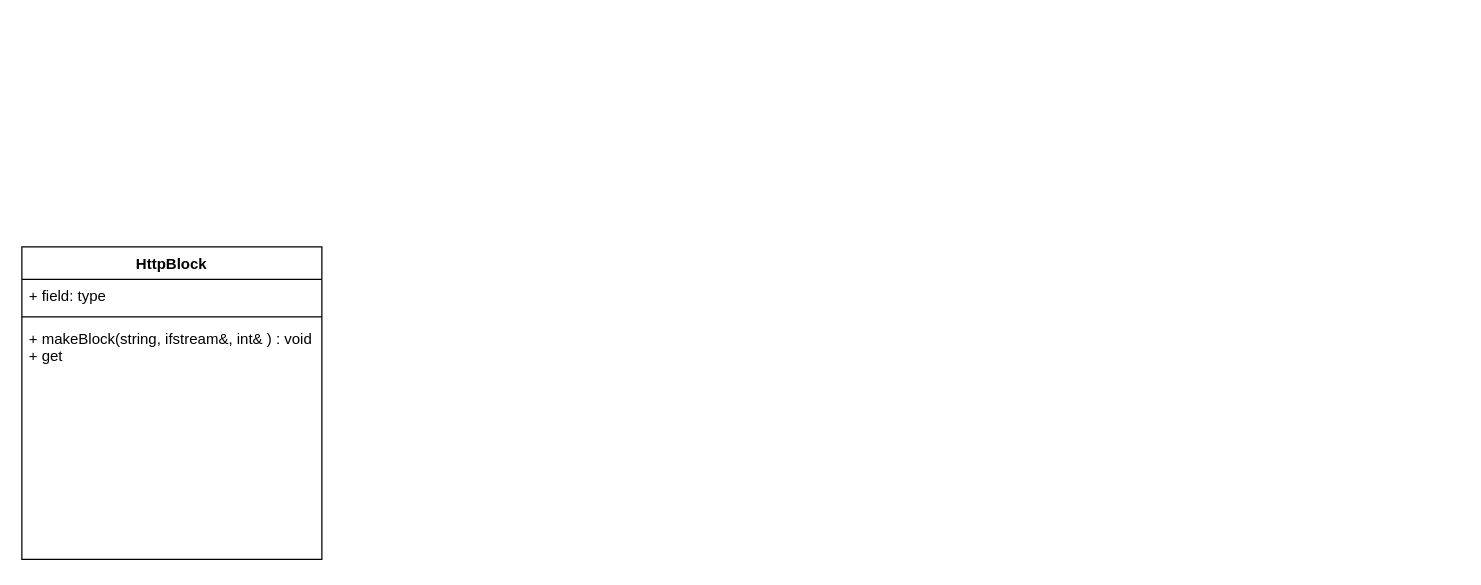
Earlier version of the draw.io diagram webserv.drawio (Hawardshin/Webserve). Source tidied: cells renumbered, new cells numbered last; positions are measured from the earlier drawing's top-left corner, leaving out a move shared by most shapes. Both pictures are drawn from the tidied source at 125%, with x=0, y=0 at pixel (21, 246).
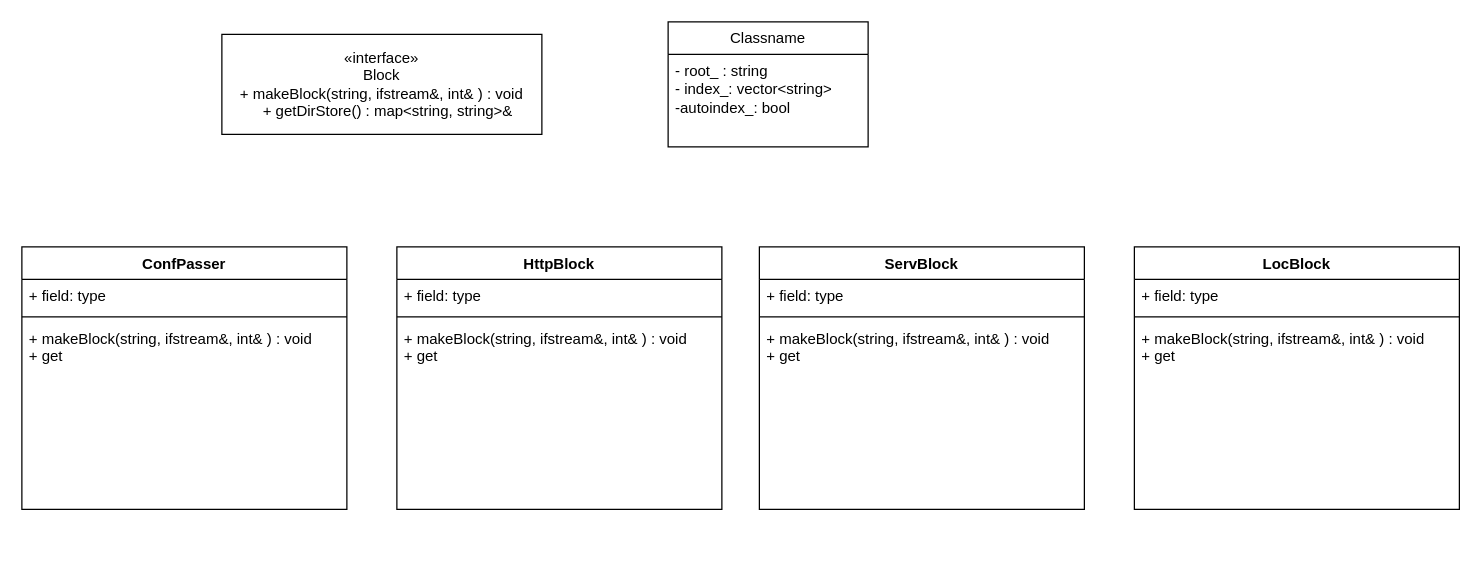
After the change.

Diff of the diagram source:
```diff
@@
-    <mxCell id="2" value="HttpBlock" style="swimlane;fontStyle=1;align=center;verticalAlign=top;horizontal=1;startSize=26;whiteSpace=wrap;html=1;" parent="1" vertex="1">
-      <mxGeometry width="240" height="250" as="geometry" />
+    <mxCell id="2" value="ConfPasser" style="swimlane;fontStyle=1;align=center;verticalAlign=top;horizontal=1;startSize=26;whiteSpace=wrap;html=1;" parent="1" vertex="1">
+      <mxGeometry width="260" height="210" as="geometry" />
     </mxCell>
     <mxCell id="3" value="+ field: type" style="text;strokeColor=none;fillColor=none;align=left;verticalAlign=top;spacingLeft=4;spacingRight=4;overflow=hidden;whiteSpace=wrap;html=1;" parent="2" vertex="1">
-      <mxGeometry y="26" width="240" height="26" as="geometry" />
+      <mxGeometry y="26" width="260" height="26" as="geometry" />
     </mxCell>
     <mxCell id="4" style="line;strokeWidth=1;fillColor=none;align=left;verticalAlign=middle;spacingTop=-1;spacingLeft=3;spacingRight=3;labelPosition=right;strokeColor=inherit;" parent="2" vertex="1">
-      <mxGeometry y="52" width="240" height="8" as="geometry" />
+      <mxGeometry y="52" width="260" height="8" as="geometry" />
     </mxCell>
     <mxCell id="5" value="+ makeBlock(string, ifstream&amp;amp;, int&amp;amp; ) :&amp;nbsp;&lt;span style=&quot;font-size: 12px;&quot;&gt;&lt;/span&gt;void&lt;br&gt;+ get" style="text;strokeColor=none;fillColor=none;align=left;verticalAlign=top;spacingLeft=4;spacingRight=4;overflow=hidden;whiteSpace=wrap;html=1;" parent="2" vertex="1">
-      <mxGeometry y="60" width="240" height="190" as="geometry" />
+      <mxGeometry y="60" width="260" height="150" as="geometry" />
     </mxCell>
+    <mxCell id="6" value="«interface»&lt;br&gt;Block&lt;br&gt;+ makeBlock(string, ifstream&amp;amp;, int&amp;amp; ) :&amp;nbsp;&lt;span style=&quot;border-color: var(--darkreader-border--border-color); text-align: left; --darkreader-inline-border: var(--darkreader-border--darkreader-border--border-color);&quot;&gt;&lt;/span&gt;&lt;span style=&quot;text-align: left;&quot;&gt;void&lt;/span&gt;&lt;br&gt;&lt;div style=&quot;&quot;&gt;&amp;nbsp; &amp;nbsp;+ getDirStore() :&amp;nbsp;&lt;span style=&quot;background-color: initial; color: rgb(0, 0, 0); --darkreader-inline-bgcolor: initial; --darkreader-inline-color: #e8e6e3;&quot;&gt;map&amp;lt;string, string&amp;gt;&amp;amp;&lt;/span&gt;&lt;/div&gt;" style="html=1;whiteSpace=wrap;" parent="1" vertex="1">
+      <mxGeometry x="160" y="-170" width="256" height="80" as="geometry" />
+    </mxCell>
+    <mxCell id="7" value="HttpBlock" style="swimlane;fontStyle=1;align=center;verticalAlign=top;horizontal=1;startSize=26;whiteSpace=wrap;html=1;" parent="1" vertex="1">
+      <mxGeometry x="300" width="260" height="210" as="geometry" />
+    </mxCell>
+    <mxCell id="8" value="+ field: type" style="text;strokeColor=none;fillColor=none;align=left;verticalAlign=top;spacingLeft=4;spacingRight=4;overflow=hidden;whiteSpace=wrap;html=1;" parent="7" vertex="1">
+      <mxGeometry y="26" width="260" height="26" as="geometry" />
+    </mxCell>
+    <mxCell id="9" style="line;strokeWidth=1;fillColor=none;align=left;verticalAlign=middle;spacingTop=-1;spacingLeft=3;spacingRight=3;labelPosition=right;strokeColor=inherit;" parent="7" vertex="1">
+      <mxGeometry y="52" width="260" height="8" as="geometry" />
+    </mxCell>
+    <mxCell id="10" value="+ makeBlock(string, ifstream&amp;amp;, int&amp;amp; ) :&amp;nbsp;&lt;span style=&quot;font-size: 12px;&quot;&gt;&lt;/span&gt;void&lt;br&gt;+ get" style="text;strokeColor=none;fillColor=none;align=left;verticalAlign=top;spacingLeft=4;spacingRight=4;overflow=hidden;whiteSpace=wrap;html=1;" parent="7" vertex="1">
+      <mxGeometry y="60" width="260" height="150" as="geometry" />
+    </mxCell>
+    <mxCell id="11" value="ServBlock" style="swimlane;fontStyle=1;align=center;verticalAlign=top;horizontal=1;startSize=26;whiteSpace=wrap;html=1;" parent="1" vertex="1">
+      <mxGeometry x="590" width="260" height="210" as="geometry" />
+    </mxCell>
+    <mxCell id="12" value="+ field: type" style="text;strokeColor=none;fillColor=none;align=left;verticalAlign=top;spacingLeft=4;spacingRight=4;overflow=hidden;whiteSpace=wrap;html=1;" parent="11" vertex="1">
+      <mxGeometry y="26" width="260" height="26" as="geometry" />
+    </mxCell>
+    <mxCell id="13" style="line;strokeWidth=1;fillColor=none;align=left;verticalAlign=middle;spacingTop=-1;spacingLeft=3;spacingRight=3;labelPosition=right;strokeColor=inherit;" parent="11" vertex="1">
+      <mxGeometry y="52" width="260" height="8" as="geometry" />
+    </mxCell>
+    <mxCell id="14" value="+ makeBlock(string, ifstream&amp;amp;, int&amp;amp; ) :&amp;nbsp;&lt;span style=&quot;font-size: 12px;&quot;&gt;&lt;/span&gt;void&lt;br&gt;+ get" style="text;strokeColor=none;fillColor=none;align=left;verticalAlign=top;spacingLeft=4;spacingRight=4;overflow=hidden;whiteSpace=wrap;html=1;" parent="11" vertex="1">
+      <mxGeometry y="60" width="260" height="150" as="geometry" />
+    </mxCell>
+    <mxCell id="15" value="LocBlock" style="swimlane;fontStyle=1;align=center;verticalAlign=top;horizontal=1;startSize=26;whiteSpace=wrap;html=1;" parent="1" vertex="1">
+      <mxGeometry x="890" width="260" height="210" as="geometry" />
+    </mxCell>
+    <mxCell id="16" value="+ field: type" style="text;strokeColor=none;fillColor=none;align=left;verticalAlign=top;spacingLeft=4;spacingRight=4;overflow=hidden;whiteSpace=wrap;html=1;" parent="15" vertex="1">
+      <mxGeometry y="26" width="260" height="26" as="geometry" />
+    </mxCell>
+    <mxCell id="17" style="line;strokeWidth=1;fillColor=none;align=left;verticalAlign=middle;spacingTop=-1;spacingLeft=3;spacingRight=3;labelPosition=right;strokeColor=inherit;" parent="15" vertex="1">
+      <mxGeometry y="52" width="260" height="8" as="geometry" />
+    </mxCell>
+    <mxCell id="18" value="+ makeBlock(string, ifstream&amp;amp;, int&amp;amp; ) :&amp;nbsp;&lt;span style=&quot;font-size: 12px;&quot;&gt;&lt;/span&gt;void&lt;br&gt;+ get" style="text;strokeColor=none;fillColor=none;align=left;verticalAlign=top;spacingLeft=4;spacingRight=4;overflow=hidden;whiteSpace=wrap;html=1;" parent="15" vertex="1">
+      <mxGeometry y="60" width="260" height="150" as="geometry" />
+    </mxCell>
+    <mxCell id="19" value="Classname" style="swimlane;fontStyle=0;horizontal=1;startSize=26;fillColor=none;whiteSpace=wrap;html=1;" parent="1" vertex="1">
+      <mxGeometry x="517" y="-180" width="160" height="100" as="geometry" />
+    </mxCell>
+    <mxCell id="20" value="- root_ : string&lt;br&gt;- index_:&amp;nbsp;vector&amp;lt;string&amp;gt;&lt;br&gt;-autoindex_:&amp;nbsp;bool&lt;br&gt;" style="text;strokeColor=none;fillColor=none;align=left;verticalAlign=top;spacingLeft=4;spacingRight=4;overflow=hidden;whiteSpace=wrap;html=1;" parent="19" vertex="1">
+      <mxGeometry y="26" width="160" height="74" as="geometry" />
+    </mxCell>
```
